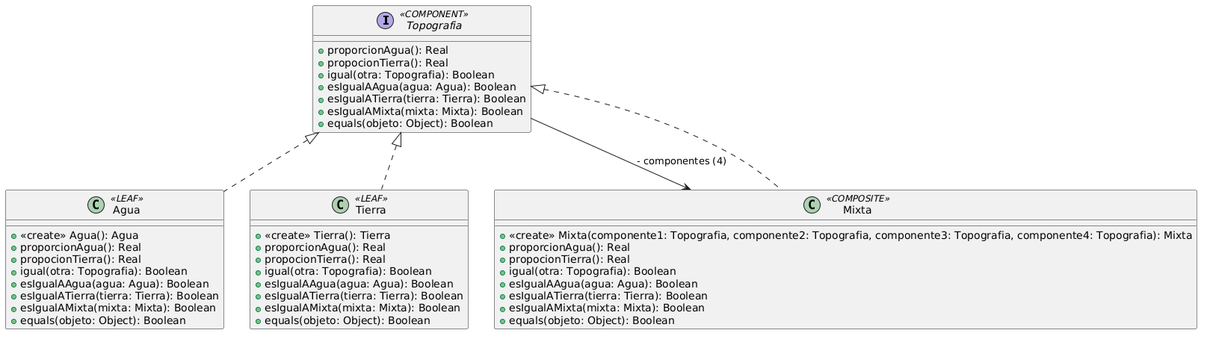
Earlier version of the PlantUML export patrones/ejercicio04v2/uml-04.png (pablocabe/orientacion-objetos-2). Source of this version:
```plantuml
@startuml
interface Topografia <<COMPONENT>> {
    + proporcionAgua(): Real
    + propocionTierra(): Real
    + igual(otra: Topografia): Boolean
    + esIgualAAgua(agua: Agua): Boolean
    + esIgualATierra(tierra: Tierra): Boolean
    + esIgualAMixta(mixta: Mixta): Boolean
    + equals(objeto: Object): Boolean
}


class Agua <<LEAF>> {
    + <<create>> Agua(): Agua
    + proporcionAgua(): Real
    + propocionTierra(): Real
    + igual(otra: Topografia): Boolean
    + esIgualAAgua(agua: Agua): Boolean
    + esIgualATierra(tierra: Tierra): Boolean
    + esIgualAMixta(mixta: Mixta): Boolean
    + equals(objeto: Object): Boolean
}


class Tierra <<LEAF>> {
    + <<create>> Tierra(): Tierra
    + proporcionAgua(): Real
    + propocionTierra(): Real
    + igual(otra: Topografia): Boolean
    + esIgualAAgua(agua: Agua): Boolean
    + esIgualATierra(tierra: Tierra): Boolean
    + esIgualAMixta(mixta: Mixta): Boolean
    + equals(objeto: Object): Boolean
}


class Mixta <<COMPOSITE>> {
    + <<create>> Mixta(componente1: Topografia, componente2: Topografia, componente3: Topografia, componente4: Topografia): Mixta
    + proporcionAgua(): Real
    + propocionTierra(): Real
    + igual(otra: Topografia): Boolean
    + esIgualAAgua(agua: Agua): Boolean
    + esIgualATierra(tierra: Tierra): Boolean
    + esIgualAMixta(mixta: Mixta): Boolean
    + equals(objeto: Object): Boolean
}


Topografia --> Mixta : " - componentes (4)"


class Agua implements Topografia
class Tierra implements Topografia
class Mixta implements Topografia
@enduml
```
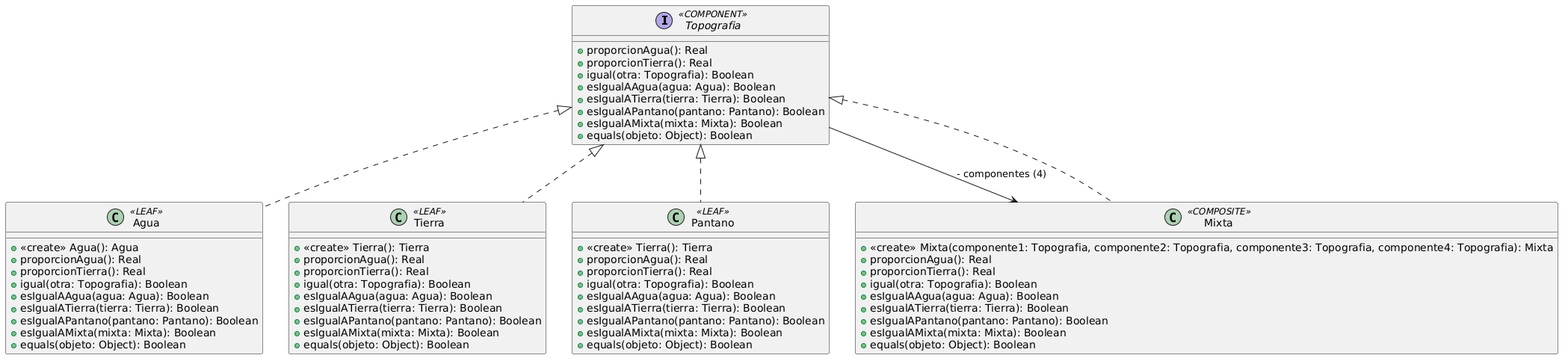
Above is the later version.

What changed in the source:
```diff
@@ -1,10 +1,11 @@
 @startuml
 interface Topografia <<COMPONENT>> {
     + proporcionAgua(): Real
-    + propocionTierra(): Real
+    + proporcionTierra(): Real
     + igual(otra: Topografia): Boolean
     + esIgualAAgua(agua: Agua): Boolean
     + esIgualATierra(tierra: Tierra): Boolean
+    + esIgualAPantano(pantano: Pantano): Boolean
     + esIgualAMixta(mixta: Mixta): Boolean
     + equals(objeto: Object): Boolean
 }
@@ -13,10 +14,11 @@
 class Agua <<LEAF>> {
     + <<create>> Agua(): Agua
     + proporcionAgua(): Real
-    + propocionTierra(): Real
+    + proporcionTierra(): Real
     + igual(otra: Topografia): Boolean
     + esIgualAAgua(agua: Agua): Boolean
     + esIgualATierra(tierra: Tierra): Boolean
+    + esIgualAPantano(pantano: Pantano): Boolean
     + esIgualAMixta(mixta: Mixta): Boolean
     + equals(objeto: Object): Boolean
 }
@@ -25,10 +27,24 @@
 class Tierra <<LEAF>> {
     + <<create>> Tierra(): Tierra
     + proporcionAgua(): Real
-    + propocionTierra(): Real
+    + proporcionTierra(): Real
     + igual(otra: Topografia): Boolean
     + esIgualAAgua(agua: Agua): Boolean
     + esIgualATierra(tierra: Tierra): Boolean
+    + esIgualAPantano(pantano: Pantano): Boolean
+    + esIgualAMixta(mixta: Mixta): Boolean
+    + equals(objeto: Object): Boolean
+}
+
+
+class Pantano <<LEAF>> {
+    + <<create>> Tierra(): Tierra
+    + proporcionAgua(): Real
+    + proporcionTierra(): Real
+    + igual(otra: Topografia): Boolean
+    + esIgualAAgua(agua: Agua): Boolean
+    + esIgualATierra(tierra: Tierra): Boolean
+    + esIgualAPantano(pantano: Pantano): Boolean
     + esIgualAMixta(mixta: Mixta): Boolean
     + equals(objeto: Object): Boolean
 }
@@ -37,10 +53,11 @@
 class Mixta <<COMPOSITE>> {
     + <<create>> Mixta(componente1: Topografia, componente2: Topografia, componente3: Topografia, componente4: Topografia): Mixta
     + proporcionAgua(): Real
-    + propocionTierra(): Real
+    + proporcionTierra(): Real
     + igual(otra: Topografia): Boolean
     + esIgualAAgua(agua: Agua): Boolean
     + esIgualATierra(tierra: Tierra): Boolean
+    + esIgualAPantano(pantano: Pantano): Boolean
     + esIgualAMixta(mixta: Mixta): Boolean
     + equals(objeto: Object): Boolean
 }
@@ -51,5 +68,6 @@
 
 class Agua implements Topografia
 class Tierra implements Topografia
+class Pantano implements Topografia
 class Mixta implements Topografia
 @enduml
```
